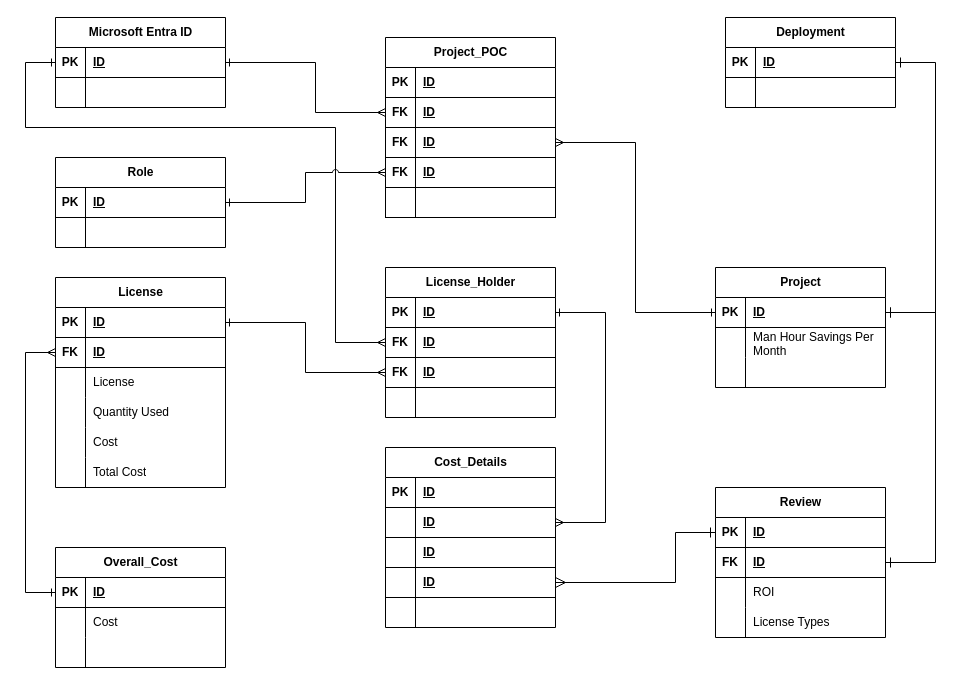
Earlier version of the draw.io diagram page "Option-3y" (1 of 2) of erd-projint-01.drawio (josjreyes/ProjectIntake). Source tidied: cells renumbered, new cells numbered last; positions are measured from the earlier drawing's top-left corner, leaving out a move shared by most shapes. Both pictures are drawn from the tidied source at 100%, with x=0, y=0 at pixel (25, 17).
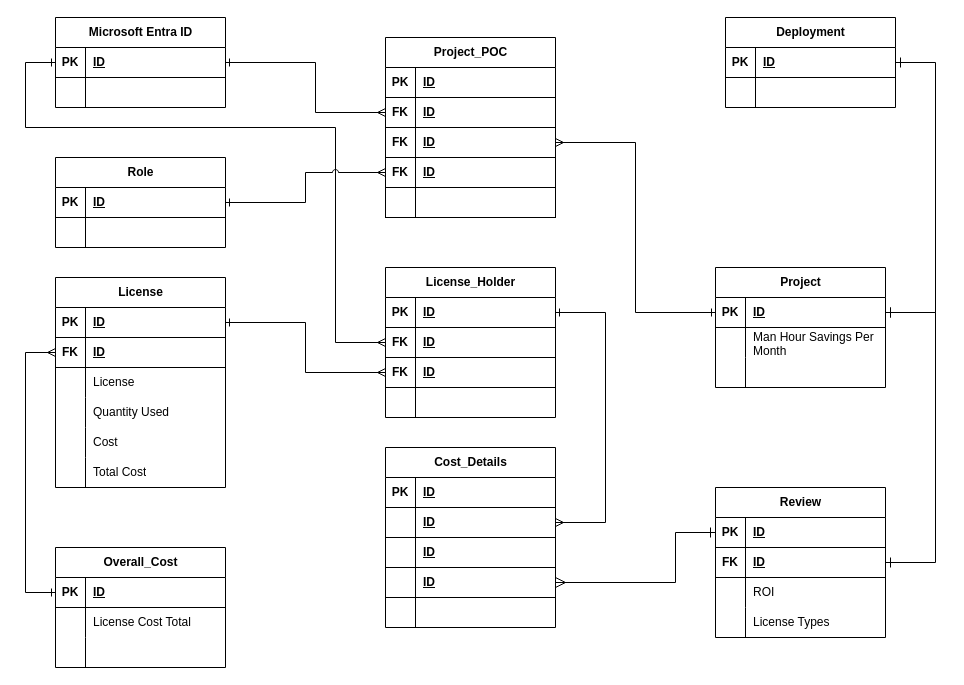
After the change.

The change refers to these unchanged cells:
```xml
<mxCell id="123" style="shape=tableRow;horizontal=0;startSize=0;swimlaneHead=0;swimlaneBody=0;fillColor=none;top=0;left=0;right=0;bottom=0;" parent="119" vertex="1">
  <mxGeometry y="60" width="170" height="30" as="geometry" />
</mxCell>
```

The edit, as a diff of the source:
```diff
@@
-    <mxCell id="125" value="Cost" style="shape=partialRectangle;fillColor=none;top=0;left=0;bottom=0;right=0;align=left;spacingLeft=6;overflow=hidden;whiteSpace=wrap;html=1;" parent="123" vertex="1">
+    <mxCell id="125" value="License Cost Total" style="shape=partialRectangle;fillColor=none;top=0;left=0;bottom=0;right=0;align=left;spacingLeft=6;overflow=hidden;whiteSpace=wrap;html=1;" parent="123" vertex="1">
       <mxGeometry x="30" width="140" height="30" as="geometry" />
     </mxCell>
```
